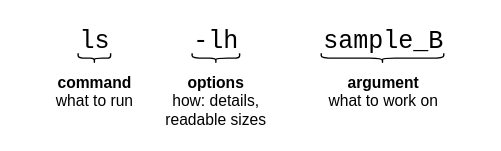
Earlier version of the draw.io diagram images/diagrams/command-anatomy.drawio (Phageman/HPC_intro). Source tidied: cells renumbered, new cells numbered last; positions are measured from the earlier drawing's top-left corner, leaving out a move shared by most shapes. Both pictures are drawn from the tidied source at 125%, with x=0, y=0 at pixel (25, -4).
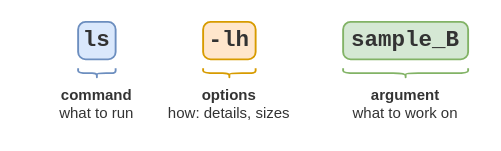
After the change.

What changed in the source:
```diff
@@
 <mxGraphModel>
   <root>
     <mxCell id="0" />
     <mxCell id="1" parent="0" />
-    <mxCell id="2" value="ls" style="text;html=1;align=center;verticalAlign=middle;fontFamily=Courier New;fontSize=20;fontColor=#000000;spacing=0;" parent="1" vertex="1">
-      <mxGeometry x="41" y="22" width="28" height="26" as="geometry" />
+    <mxCell id="2" value="&lt;font face=&quot;Courier New&quot;&gt;&lt;b&gt;ls&lt;/b&gt;&lt;/font&gt;" style="rounded=1;arcSize=14;whiteSpace=wrap;html=1;fillColor=#DAE8FC;strokeColor=#6C8EBF;strokeWidth=1.5;fontFamily=Helvetica;fontColor=#333333;fontSize=18;arcSize=20;" parent="1" vertex="1">
+      <mxGeometry x="42" y="20" width="30" height="30" as="geometry" />
     </mxCell>
-    <mxCell id="3" style="shape=curlyBracket;rounded=1;html=1;rotation=-90;size=0.5;strokeColor=#000000;strokeWidth=1.11;" parent="1" vertex="1">
-      <mxGeometry x="51" y="36" width="8" height="26" as="geometry" />
+    <mxCell id="3" style="shape=curlyBracket;rounded=1;html=1;rotation=-90;size=0.5;strokeColor=#6C8EBF;strokeWidth=1.5;" parent="1" vertex="1">
+      <mxGeometry x="53" y="46" width="8" height="30" as="geometry" />
     </mxCell>
-    <mxCell id="4" value="&lt;b&gt;command&lt;/b&gt;&lt;br&gt;what to run" style="text;html=1;align=center;verticalAlign=top;fontFamily=Helvetica;fontSize=12.5;fontColor=#000000;spacing=0;" parent="1" vertex="1">
-      <mxGeometry y="57" width="110" height="31" as="geometry" />
+    <mxCell id="4" value="&lt;b&gt;command&lt;/b&gt;&lt;br&gt;what to run" style="text;html=1;align=center;verticalAlign=top;fontFamily=Helvetica;fontSize=12;fontColor=#333333;spacing=0;whiteSpace=wrap;" parent="1" vertex="1">
+      <mxGeometry x="-3" y="67" width="120" height="30" as="geometry" />
     </mxCell>
-    <mxCell id="5" value="-lh" style="text;html=1;align=center;verticalAlign=middle;fontFamily=Courier New;fontSize=20;fontColor=#000000;spacing=0;" parent="1" vertex="1">
-      <mxGeometry x="132.2" y="22" width="40" height="26" as="geometry" />
+    <mxCell id="5" value="&lt;font face=&quot;Courier New&quot;&gt;&lt;b&gt;-lh&lt;/b&gt;&lt;/font&gt;" style="rounded=1;arcSize=14;whiteSpace=wrap;html=1;fillColor=#FFE6CC;strokeColor=#D79B00;strokeWidth=1.5;fontFamily=Helvetica;fontColor=#333333;fontSize=18;arcSize=20;" parent="1" vertex="1">
+      <mxGeometry x="142" y="20" width="42" height="30" as="geometry" />
     </mxCell>
-    <mxCell id="6" style="shape=curlyBracket;rounded=1;html=1;rotation=-90;size=0.5;strokeColor=#000000;strokeWidth=1.11;" parent="1" vertex="1">
-      <mxGeometry x="148.2" y="30" width="8" height="38" as="geometry" />
+    <mxCell id="6" style="shape=curlyBracket;rounded=1;html=1;rotation=-90;size=0.5;strokeColor=#D79B00;strokeWidth=1.5;" parent="1" vertex="1">
+      <mxGeometry x="159" y="40" width="8" height="42" as="geometry" />
     </mxCell>
-    <mxCell id="7" value="&lt;b&gt;options&lt;/b&gt;&lt;br&gt;how: details,&lt;br&gt;readable sizes" style="text;html=1;align=center;verticalAlign=top;fontFamily=Helvetica;fontSize=12.5;fontColor=#000000;spacing=0;" parent="1" vertex="1">
-      <mxGeometry x="97.2" y="57" width="110" height="46" as="geometry" />
+    <mxCell id="7" value="&lt;b&gt;options&lt;/b&gt;&lt;br&gt;how: details, sizes" style="text;html=1;align=center;verticalAlign=top;fontFamily=Helvetica;fontSize=12;fontColor=#333333;spacing=0;whiteSpace=wrap;" parent="1" vertex="1">
+      <mxGeometry x="103" y="67" width="120" height="30" as="geometry" />
     </mxCell>
-    <mxCell id="8" value="sample_B" style="text;html=1;align=center;verticalAlign=middle;fontFamily=Courier New;fontSize=20;fontColor=#000000;spacing=0;" parent="1" vertex="1">
-      <mxGeometry x="235.5" y="22" width="100" height="26" as="geometry" />
+    <mxCell id="8" value="&lt;font face=&quot;Courier New&quot;&gt;&lt;b&gt;sample_B&lt;/b&gt;&lt;/font&gt;" style="rounded=1;arcSize=14;whiteSpace=wrap;html=1;fillColor=#D5E8D4;strokeColor=#82B366;strokeWidth=1.5;fontFamily=Helvetica;fontColor=#333333;fontSize=18;arcSize=20;" parent="1" vertex="1">
+      <mxGeometry x="254" y="20" width="100" height="30" as="geometry" />
     </mxCell>
-    <mxCell id="9" style="shape=curlyBracket;rounded=1;html=1;rotation=-90;size=0.5;strokeColor=#000000;strokeWidth=1.11;" parent="1" vertex="1">
-      <mxGeometry x="281.5" width="8" height="98" as="geometry" />
+    <mxCell id="9" style="shape=curlyBracket;rounded=1;html=1;rotation=-90;size=0.5;strokeColor=#82B366;strokeWidth=1.5;" parent="1" vertex="1">
+      <mxGeometry x="300" y="11" width="8" height="100" as="geometry" />
     </mxCell>
-    <mxCell id="10" value="&lt;b&gt;argument&lt;/b&gt;&lt;br&gt;what to work on" style="text;html=1;align=center;verticalAlign=top;fontFamily=Helvetica;fontSize=12.5;fontColor=#000000;spacing=0;" parent="1" vertex="1">
-      <mxGeometry x="230.5" y="57" width="110" height="31" as="geometry" />
+    <mxCell id="10" value="&lt;b&gt;argument&lt;/b&gt;&lt;br&gt;what to work on" style="text;html=1;align=center;verticalAlign=top;fontFamily=Helvetica;fontSize=12;fontColor=#333333;spacing=0;whiteSpace=wrap;" parent="1" vertex="1">
+      <mxGeometry x="244" y="67" width="120" height="30" as="geometry" />
     </mxCell>
   </root>
 </mxGraphModel>
```
